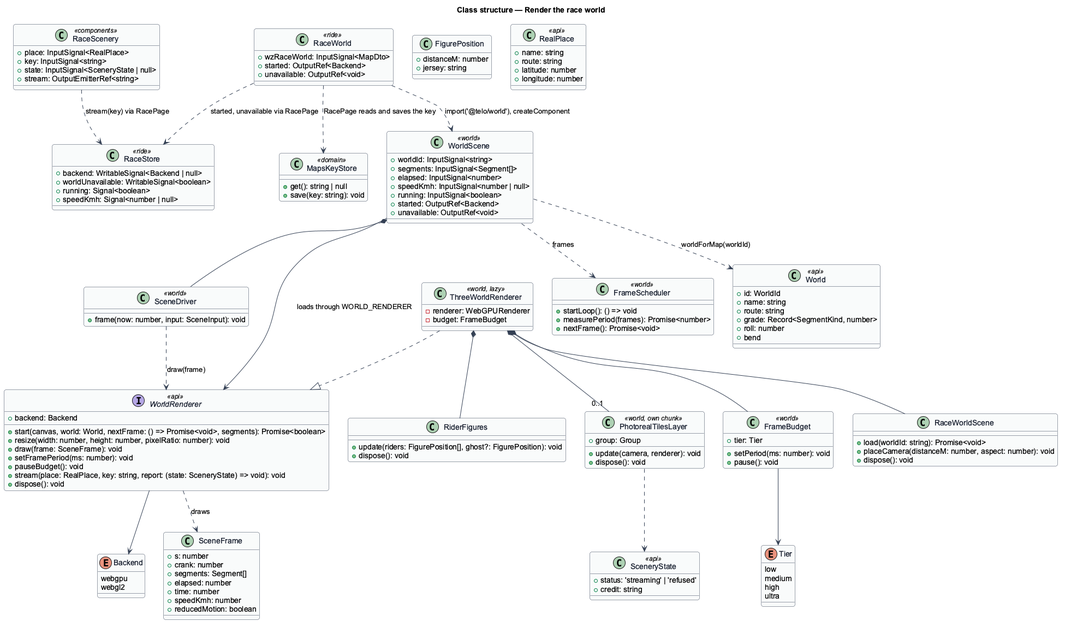
Before: docs/detailed-designs/race/render-the-race-world/diagrams/class-structure.png, a diagram exported from PlantUML (QuinntyneBrown/ride-one).
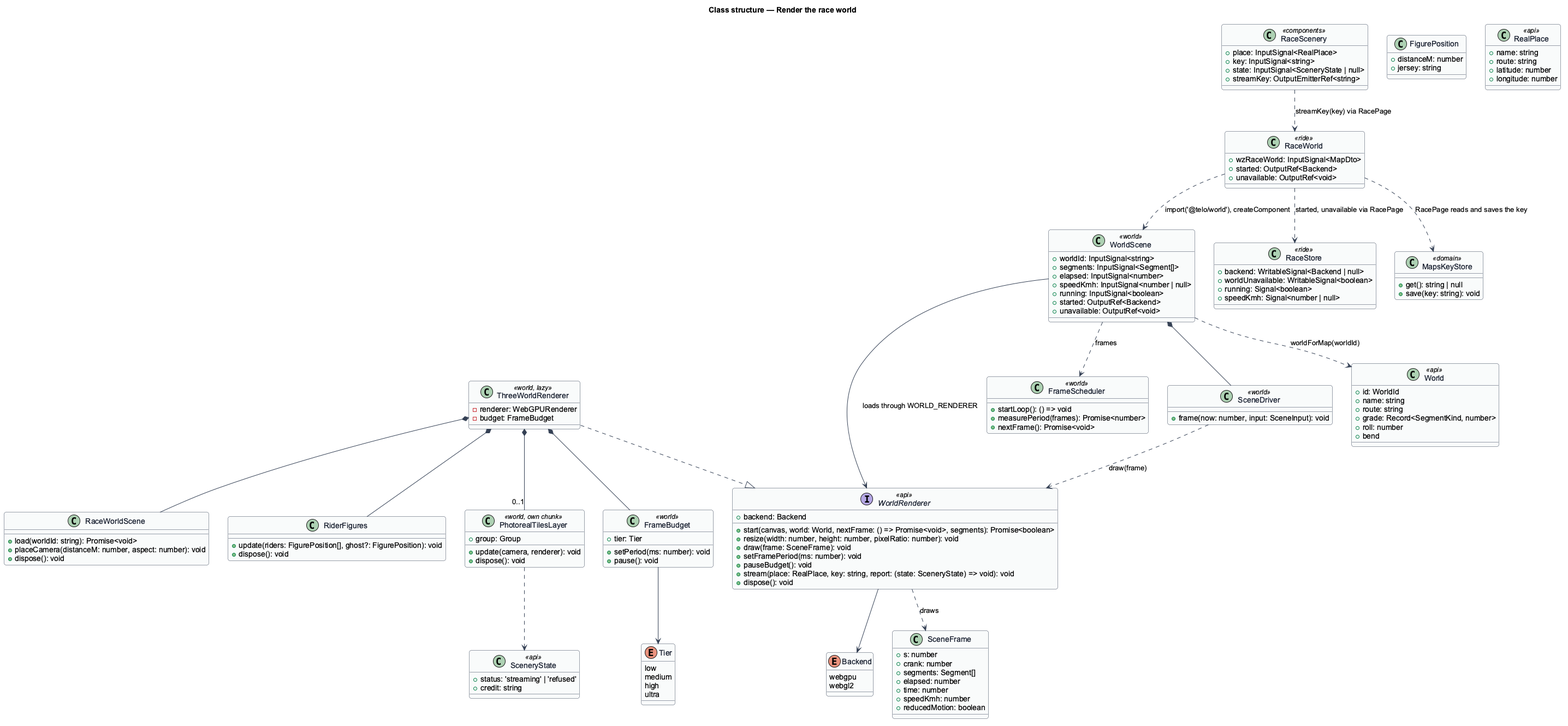
After the commit.

Change to the diagram source:
```diff
@@ -120,7 +120,7 @@
   +place: InputSignal<RealPlace>
   +key: InputSignal<string>
   +state: InputSignal<SceneryState | null>
-  +stream: OutputEmitterRef<string>
+  +streamKey: OutputEmitterRef<string>
 }
 ThreeWorldRenderer ..|> WorldRenderer
 ThreeWorldRenderer *-- FrameBudget
@@ -139,5 +139,5 @@
 RaceWorld ..> RaceStore : started, unavailable via RacePage
 RaceWorld ..> MapsKeyStore : RacePage reads and saves the key
 PhotorealTilesLayer ..> SceneryState
-RaceScenery ..> RaceStore : stream(key) via RacePage
+RaceScenery ..> RaceWorld : streamKey(key) via RacePage
 @enduml
```
